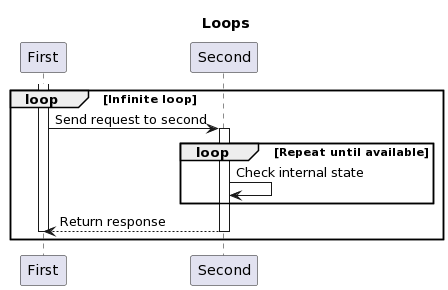
Earlier version of the PlantUML export docs/sequence_diagram/images/loop_plantuml.png (mikalaiyurkin/umlcharter). The source it was exported from:
```plantuml
@startuml
title: Loops
participant "First" as p1
participant "Second" as p2
loop Infinite loop
activate p1
p1->p2: Send request to second
activate p2
loop Repeat until available
p2->p2: Check internal state
end
p2-->p1: Return response
deactivate p2
deactivate p1
end
@enduml
```
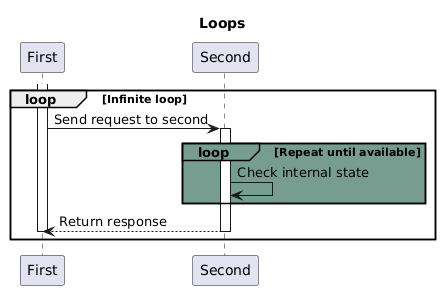
The same diagram one commit later.

Change to the diagram source:
```diff
@@ -2,11 +2,11 @@
 title: Loops
 participant "First" as p1
 participant "Second" as p2
-loop Infinite loop
+loop  Infinite loop
 activate p1
 p1->p2: Send request to second
 activate p2
-loop Repeat until available
+loop#769D8F #769D8F Repeat until available
 p2->p2: Check internal state
 end
 p2-->p1: Return response
```
